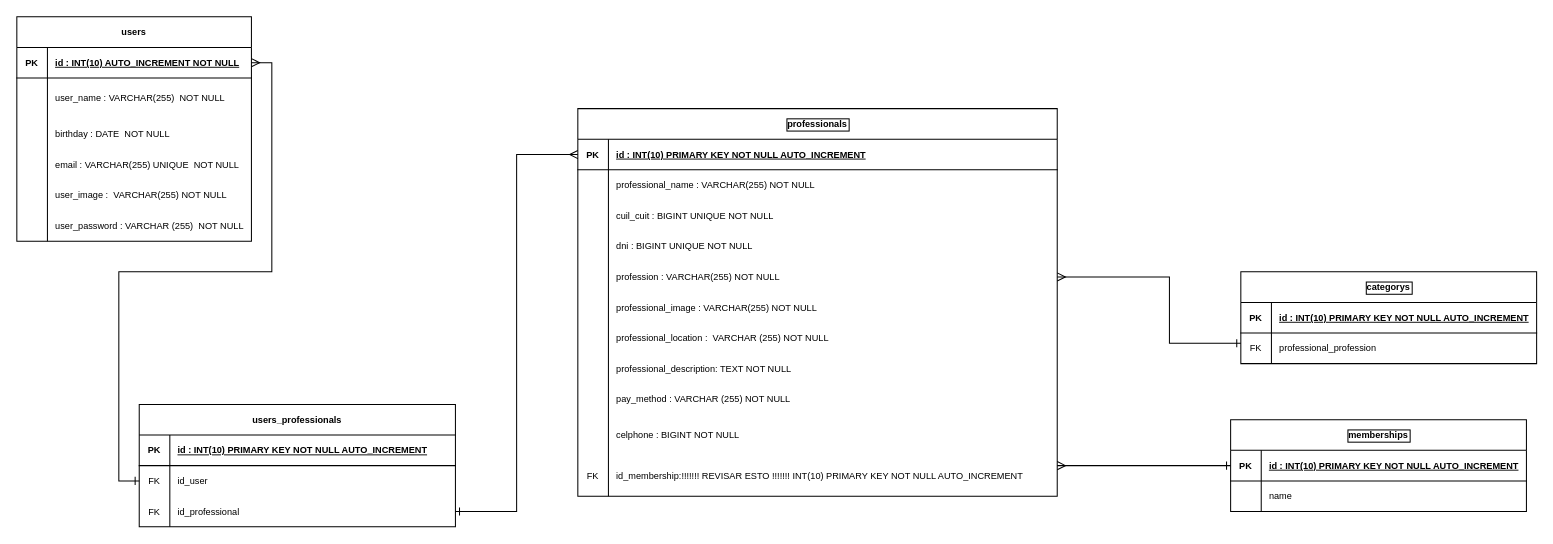
Earlier version of the draw.io diagram express/diagrama.drawio (0621CDFSNCN12LAED/grupo-11). Source tidied: cells renumbered, new cells numbered last; positions are measured from the earlier drawing's top-left corner, leaving out a move shared by most shapes. Both pictures are drawn from the tidied source at 102%, with x=0, y=0 at pixel (16, 16).
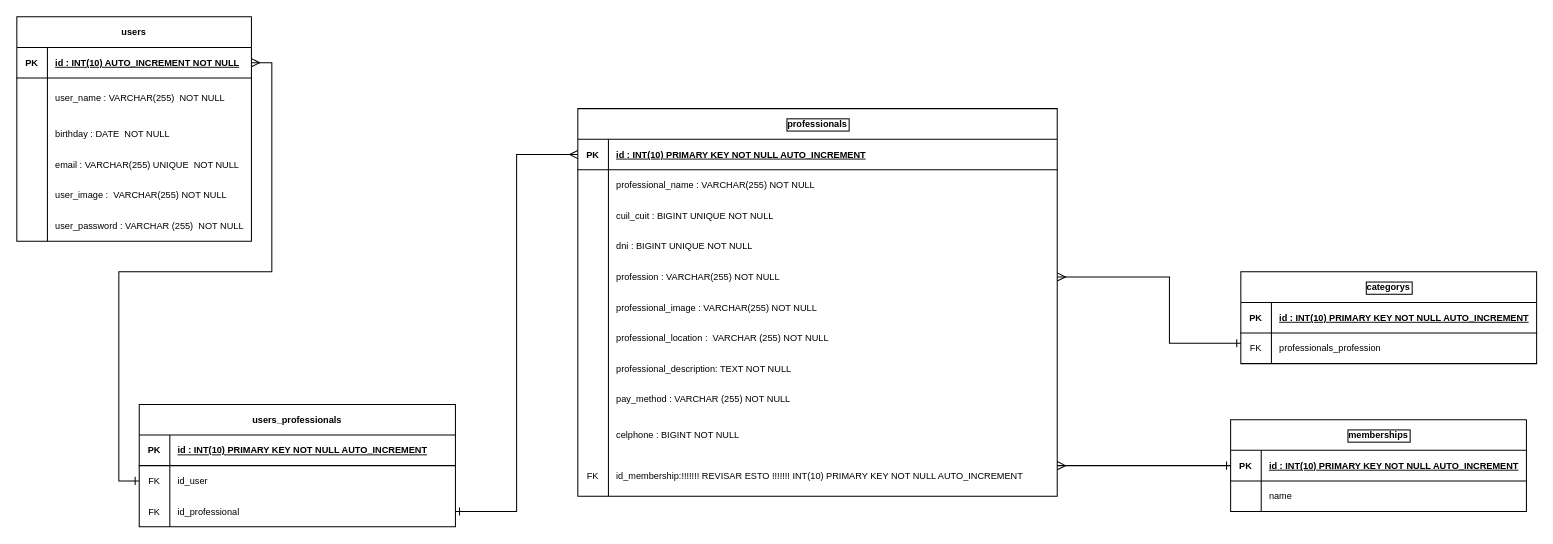
After the change.

Unchanged cells that the change refers to:
```xml
<mxCell id="79" style="shape=partialRectangle;fillColor=none;top=0;left=0;bottom=0;right=0;fontSize=9;" parent="75" vertex="1">
  <mxGeometry y="60" width="290" height="30" as="geometry" />
</mxCell>
```

Change to the diagram source:
```diff
@@
-    <mxCell id="81" value="professional_profession" style="shape=partialRectangle;fillColor=none;top=0;left=0;bottom=0;right=0;align=left;spacingLeft=6;overflow=hidden;fontSize=9;" parent="79" vertex="1">
+    <mxCell id="81" value="professionals_profession" style="shape=partialRectangle;fillColor=none;top=0;left=0;bottom=0;right=0;align=left;spacingLeft=6;overflow=hidden;fontSize=9;" parent="79" vertex="1">
       <mxGeometry x="30" width="260" height="30" as="geometry" />
     </mxCell>
```
